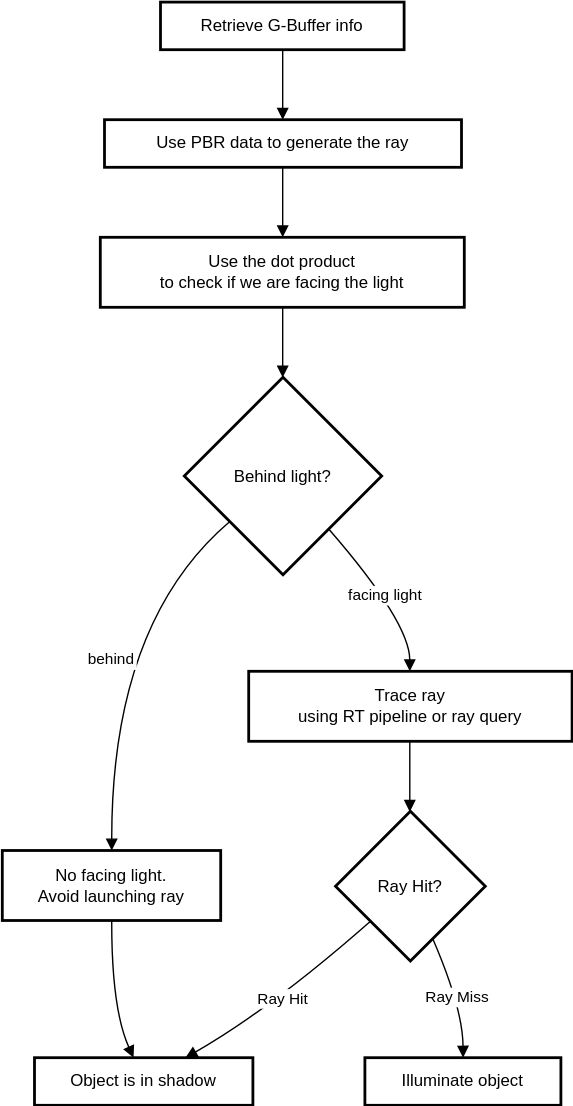
Above: content/learning-paths/smartphones-and-mobile/ray_tracing/images/shadows_algorithm_diagram.drawio.svg in ArmDeveloperEcosystem/arm-learning-paths (draw.io), before the change. Source tidied: cells renumbered, new cells last; positions are measured from the earlier drawing's top-left corner, leaving out a move shared by most shapes. Its diagram source:
```xml
<mxGraphModel>
  <root>
    <mxCell id="0" />
    <mxCell id="1" parent="0" />
    <mxCell id="2" value="Retrieve G-Buffer info" style="whiteSpace=wrap;strokeWidth=2;" parent="1" vertex="1">
      <mxGeometry x="113" width="174" height="34" as="geometry" />
    </mxCell>
    <mxCell id="3" value="Use PBR data to generate the ray" style="whiteSpace=wrap;strokeWidth=2;" parent="1" vertex="1">
      <mxGeometry x="73" y="84" width="255" height="34" as="geometry" />
    </mxCell>
    <mxCell id="4" value="Use the dot product &#10; to check if we are facing the light" style="whiteSpace=wrap;strokeWidth=2;" parent="1" vertex="1">
      <mxGeometry x="70" y="168" width="260" height="50" as="geometry" />
    </mxCell>
    <mxCell id="5" value="Behind light?" style="rhombus;strokeWidth=2;whiteSpace=wrap;" parent="1" vertex="1">
      <mxGeometry x="130" y="268" width="141" height="141" as="geometry" />
    </mxCell>
    <mxCell id="6" value="Trace ray &#10; using RT pipeline or ray query" style="whiteSpace=wrap;strokeWidth=2;" parent="1" vertex="1">
      <mxGeometry x="176" y="478" width="231" height="50" as="geometry" />
    </mxCell>
    <mxCell id="7" value="Ray Hit?" style="rhombus;strokeWidth=2;whiteSpace=wrap;" parent="1" vertex="1">
      <mxGeometry x="238" y="578" width="107" height="107" as="geometry" />
    </mxCell>
    <mxCell id="8" value="Illuminate object" style="whiteSpace=wrap;strokeWidth=2;" parent="1" vertex="1">
      <mxGeometry x="259" y="754" width="140" height="34" as="geometry" />
    </mxCell>
    <mxCell id="9" value="Object is in shadow" style="whiteSpace=wrap;strokeWidth=2;" parent="1" vertex="1">
      <mxGeometry x="23" y="754" width="156" height="34" as="geometry" />
    </mxCell>
    <mxCell id="10" value="No facing light. &#10; Avoid launching ray" style="whiteSpace=wrap;strokeWidth=2;" parent="1" vertex="1">
      <mxGeometry y="606" width="156" height="50" as="geometry" />
    </mxCell>
    <mxCell id="11" style="curved=1;startArrow=none;endArrow=block;exitX=0.5016276041666666;exitY=1;entryX=0.4991498161764706;entryY=0;rounded=0;" parent="1" edge="1" source="2" target="3">
      <mxGeometry relative="1" as="geometry" />
    </mxCell>
    <mxCell id="12" style="curved=1;startArrow=none;endArrow=block;exitX=0.4991498161764706;exitY=1;entryX=0.5010892427884616;entryY=0;rounded=0;" parent="1" edge="1" source="3" target="4">
      <mxGeometry relative="1" as="geometry" />
    </mxCell>
    <mxCell id="13" style="curved=1;startArrow=none;endArrow=block;exitX=0.5010892427884616;exitY=1;entryX=0.4984624335106383;entryY=0;rounded=0;" parent="1" edge="1" source="4" target="5">
      <mxGeometry relative="1" as="geometry" />
    </mxCell>
    <mxCell id="14" value="behind" style="curved=1;startArrow=none;endArrow=block;exitX=-0.001399046985815603;exitY=0.9295704701275517;entryX=0.5010516826923077;entryY=0.007265625;rounded=0;" parent="1" edge="1" source="5" target="10">
      <mxGeometry relative="1" as="geometry">
        <Array as="points">
          <mxPoint x="78" y="443" />
        </Array>
      </mxGeometry>
    </mxCell>
    <mxCell id="15" value="facing light" style="curved=1;startArrow=none;endArrow=block;exitX=0.930724042347023;exitY=0.9997229609929078;entryX=0.4981229707792208;entryY=-0.00078125;rounded=0;" parent="1" edge="1" source="5" target="6">
      <mxGeometry relative="1" as="geometry">
        <Array as="points">
          <mxPoint x="291" y="443" />
        </Array>
      </mxGeometry>
    </mxCell>
    <mxCell id="16" style="curved=1;startArrow=none;endArrow=block;exitX=0.4981229707792208;exitY=0.99921875;entryX=0.4959477219626168;entryY=-0.0003650700934579439;rounded=0;" parent="1" edge="1" source="6" target="7">
      <mxGeometry relative="1" as="geometry" />
    </mxCell>
    <mxCell id="17" style="curved=1;startArrow=none;endArrow=block;exitX=0.5010516826923077;exitY=1.007265625;entryX=0.4528783675239607;entryY=-0.006893382352941176;rounded=0;" parent="1" edge="1" source="10" target="9">
      <mxGeometry relative="1" as="geometry">
        <Array as="points">
          <mxPoint x="78" y="719" />
        </Array>
      </mxGeometry>
    </mxCell>
    <mxCell id="18" value="Ray Miss" style="curved=1;startArrow=none;endArrow=block;exitX=0.7121013489089305;exitY=0.9978095794392523;entryX=0.5009765625;entryY=-0.006893382352941176;rounded=0;" parent="1" edge="1" source="7" target="8">
      <mxGeometry relative="1" as="geometry">
        <Array as="points">
          <mxPoint x="329" y="719" />
        </Array>
      </mxGeometry>
    </mxCell>
    <mxCell id="19" value="Ray Hit" style="curved=1;startArrow=none;endArrow=block;exitX=-0.0031396028037383177;exitY=0.9418456347958916;entryX=0.6938882551888848;entryY=-0.006893382352941176;rounded=0;" parent="1" edge="1" source="7" target="9">
      <mxGeometry relative="1" as="geometry">
        <Array as="points">
          <mxPoint x="192" y="719" />
        </Array>
      </mxGeometry>
    </mxCell>
  </root>
</mxGraphModel>
```
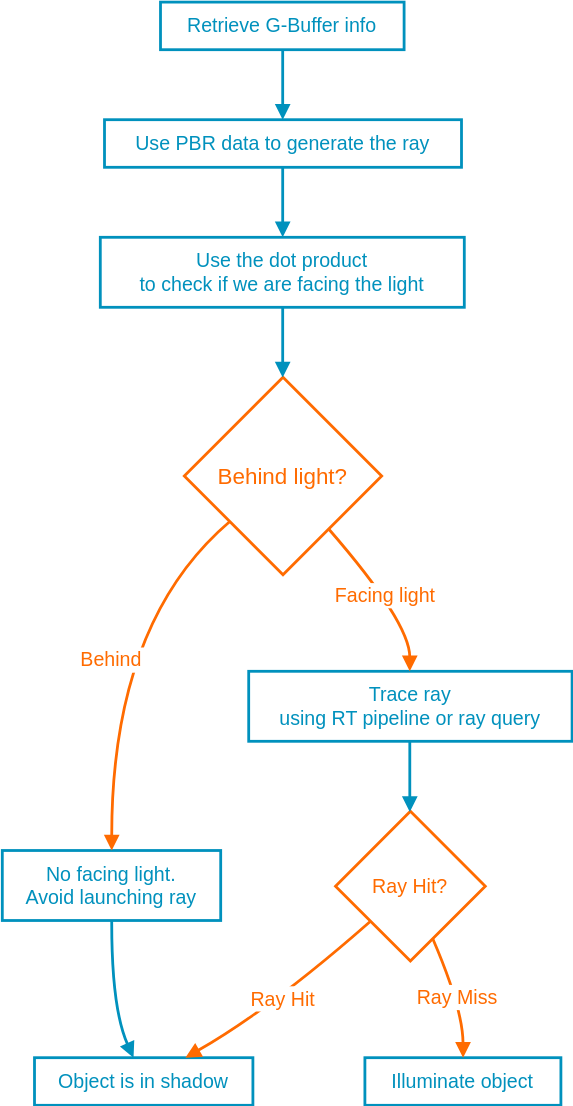
After the change.

Diff of the diagram source:
```diff
@@ -2,74 +2,74 @@
   <root>
     <mxCell id="0" />
     <mxCell id="1" parent="0" />
-    <mxCell id="2" value="Retrieve G-Buffer info" style="whiteSpace=wrap;strokeWidth=2;" parent="1" vertex="1">
+    <mxCell id="2" value="Retrieve G-Buffer info" style="whiteSpace=wrap;strokeWidth=2;fontColor=#0091BD;strokeColor=#0091BD;fillColor=default;fontSize=14;" parent="1" vertex="1">
       <mxGeometry x="113" width="174" height="34" as="geometry" />
     </mxCell>
-    <mxCell id="3" value="Use PBR data to generate the ray" style="whiteSpace=wrap;strokeWidth=2;" parent="1" vertex="1">
+    <mxCell id="3" value="Use PBR data to generate the ray" style="whiteSpace=wrap;strokeWidth=2;fontColor=#0091BD;strokeColor=#0091BD;fillColor=default;fontSize=14;" parent="1" vertex="1">
       <mxGeometry x="73" y="84" width="255" height="34" as="geometry" />
     </mxCell>
-    <mxCell id="4" value="Use the dot product &#10; to check if we are facing the light" style="whiteSpace=wrap;strokeWidth=2;" parent="1" vertex="1">
+    <mxCell id="4" value="Use the dot product &#10; to check if we are facing the light" style="whiteSpace=wrap;strokeWidth=2;fontColor=#0091BD;strokeColor=#0091BD;fillColor=default;fontSize=14;" parent="1" vertex="1">
       <mxGeometry x="70" y="168" width="260" height="50" as="geometry" />
     </mxCell>
-    <mxCell id="5" value="Behind light?" style="rhombus;strokeWidth=2;whiteSpace=wrap;" parent="1" vertex="1">
+    <mxCell id="5" value="Behind light?" style="rhombus;strokeWidth=2;whiteSpace=wrap;fontColor=#FF6B00;strokeColor=#FF6B00;fillColor=default;fontSize=16;" parent="1" vertex="1">
       <mxGeometry x="130" y="268" width="141" height="141" as="geometry" />
     </mxCell>
-    <mxCell id="6" value="Trace ray &#10; using RT pipeline or ray query" style="whiteSpace=wrap;strokeWidth=2;" parent="1" vertex="1">
+    <mxCell id="6" value="Trace ray &#10; using RT pipeline or ray query" style="whiteSpace=wrap;strokeWidth=2;fontColor=#0091BD;strokeColor=#0091BD;fillColor=default;fontSize=14;" parent="1" vertex="1">
       <mxGeometry x="176" y="478" width="231" height="50" as="geometry" />
     </mxCell>
-    <mxCell id="7" value="Ray Hit?" style="rhombus;strokeWidth=2;whiteSpace=wrap;" parent="1" vertex="1">
+    <mxCell id="7" value="Ray Hit?" style="rhombus;strokeWidth=2;whiteSpace=wrap;fontColor=#FF6B00;strokeColor=#FF6B00;fillColor=default;fontSize=14;" parent="1" vertex="1">
       <mxGeometry x="238" y="578" width="107" height="107" as="geometry" />
     </mxCell>
-    <mxCell id="8" value="Illuminate object" style="whiteSpace=wrap;strokeWidth=2;" parent="1" vertex="1">
+    <mxCell id="8" value="Illuminate object" style="whiteSpace=wrap;strokeWidth=2;fontColor=#0091BD;strokeColor=#0091BD;fillColor=default;fontSize=14;" parent="1" vertex="1">
       <mxGeometry x="259" y="754" width="140" height="34" as="geometry" />
     </mxCell>
-    <mxCell id="9" value="Object is in shadow" style="whiteSpace=wrap;strokeWidth=2;" parent="1" vertex="1">
+    <mxCell id="9" value="Object is in shadow" style="whiteSpace=wrap;strokeWidth=2;fontColor=#0091BD;strokeColor=#0091BD;fillColor=default;fontSize=14;" parent="1" vertex="1">
       <mxGeometry x="23" y="754" width="156" height="34" as="geometry" />
     </mxCell>
-    <mxCell id="10" value="No facing light. &#10; Avoid launching ray" style="whiteSpace=wrap;strokeWidth=2;" parent="1" vertex="1">
+    <mxCell id="10" value="No facing light. &#10; Avoid launching ray" style="whiteSpace=wrap;strokeWidth=2;fontColor=#0091BD;strokeColor=#0091BD;fillColor=default;fontSize=14;" parent="1" vertex="1">
       <mxGeometry y="606" width="156" height="50" as="geometry" />
     </mxCell>
-    <mxCell id="11" style="curved=1;startArrow=none;endArrow=block;exitX=0.5016276041666666;exitY=1;entryX=0.4991498161764706;entryY=0;rounded=0;" parent="1" edge="1" source="2" target="3">
+    <mxCell id="11" style="curved=1;startArrow=none;endArrow=block;exitX=0.5016276041666666;exitY=1;entryX=0.4991498161764706;entryY=0;rounded=0;fontColor=#0091BD;strokeColor=#0091BD;strokeWidth=2;" parent="1" edge="1" source="2" target="3">
       <mxGeometry relative="1" as="geometry" />
     </mxCell>
-    <mxCell id="12" style="curved=1;startArrow=none;endArrow=block;exitX=0.4991498161764706;exitY=1;entryX=0.5010892427884616;entryY=0;rounded=0;" parent="1" edge="1" source="3" target="4">
+    <mxCell id="12" style="curved=1;startArrow=none;endArrow=block;exitX=0.4991498161764706;exitY=1;entryX=0.5010892427884616;entryY=0;rounded=0;fontColor=#0091BD;strokeColor=#0091BD;strokeWidth=2;" parent="1" edge="1" source="3" target="4">
       <mxGeometry relative="1" as="geometry" />
     </mxCell>
-    <mxCell id="13" style="curved=1;startArrow=none;endArrow=block;exitX=0.5010892427884616;exitY=1;entryX=0.4984624335106383;entryY=0;rounded=0;" parent="1" edge="1" source="4" target="5">
+    <mxCell id="13" style="curved=1;startArrow=none;endArrow=block;exitX=0.5010892427884616;exitY=1;entryX=0.4984624335106383;entryY=0;rounded=0;fontColor=#0091BD;strokeColor=#0091BD;strokeWidth=2;" parent="1" edge="1" source="4" target="5">
       <mxGeometry relative="1" as="geometry" />
     </mxCell>
-    <mxCell id="14" value="behind" style="curved=1;startArrow=none;endArrow=block;exitX=-0.001399046985815603;exitY=0.9295704701275517;entryX=0.5010516826923077;entryY=0.007265625;rounded=0;" parent="1" edge="1" source="5" target="10">
+    <mxCell id="14" value="Behind" style="curved=1;startArrow=none;endArrow=block;exitX=-0.001399046985815603;exitY=0.9295704701275517;entryX=0.5010516826923077;entryY=0.007265625;rounded=0;fontColor=#FF6B00;strokeColor=#FF6B00;strokeWidth=2;fontSize=14;" parent="1" edge="1" source="5" target="10">
       <mxGeometry relative="1" as="geometry">
         <Array as="points">
           <mxPoint x="78" y="443" />
         </Array>
       </mxGeometry>
     </mxCell>
-    <mxCell id="15" value="facing light" style="curved=1;startArrow=none;endArrow=block;exitX=0.930724042347023;exitY=0.9997229609929078;entryX=0.4981229707792208;entryY=-0.00078125;rounded=0;" parent="1" edge="1" source="5" target="6">
+    <mxCell id="15" value="Facing light" style="curved=1;startArrow=none;endArrow=block;exitX=0.930724042347023;exitY=0.9997229609929078;entryX=0.4981229707792208;entryY=-0.00078125;rounded=0;fontColor=#FF6B00;strokeColor=#FF6B00;strokeWidth=2;fontSize=14;" parent="1" edge="1" source="5" target="6">
       <mxGeometry relative="1" as="geometry">
         <Array as="points">
           <mxPoint x="291" y="443" />
         </Array>
       </mxGeometry>
     </mxCell>
-    <mxCell id="16" style="curved=1;startArrow=none;endArrow=block;exitX=0.4981229707792208;exitY=0.99921875;entryX=0.4959477219626168;entryY=-0.0003650700934579439;rounded=0;" parent="1" edge="1" source="6" target="7">
+    <mxCell id="16" style="curved=1;startArrow=none;endArrow=block;exitX=0.4981229707792208;exitY=0.99921875;entryX=0.4959477219626168;entryY=-0.0003650700934579439;rounded=0;fontColor=#0091BD;strokeColor=#0091BD;strokeWidth=2;" parent="1" edge="1" source="6" target="7">
       <mxGeometry relative="1" as="geometry" />
     </mxCell>
-    <mxCell id="17" style="curved=1;startArrow=none;endArrow=block;exitX=0.5010516826923077;exitY=1.007265625;entryX=0.4528783675239607;entryY=-0.006893382352941176;rounded=0;" parent="1" edge="1" source="10" target="9">
+    <mxCell id="17" style="curved=1;startArrow=none;endArrow=block;exitX=0.5010516826923077;exitY=1.007265625;entryX=0.4528783675239607;entryY=-0.006893382352941176;rounded=0;fontColor=#0091BD;strokeColor=#0091BD;strokeWidth=2;" parent="1" edge="1" source="10" target="9">
       <mxGeometry relative="1" as="geometry">
         <Array as="points">
           <mxPoint x="78" y="719" />
         </Array>
       </mxGeometry>
     </mxCell>
-    <mxCell id="18" value="Ray Miss" style="curved=1;startArrow=none;endArrow=block;exitX=0.7121013489089305;exitY=0.9978095794392523;entryX=0.5009765625;entryY=-0.006893382352941176;rounded=0;" parent="1" edge="1" source="7" target="8">
+    <mxCell id="18" value="Ray Miss" style="curved=1;startArrow=none;endArrow=block;exitX=0.7121013489089305;exitY=0.9978095794392523;entryX=0.5009765625;entryY=-0.006893382352941176;rounded=0;fontColor=#FF6B00;strokeColor=#FF6B00;strokeWidth=2;fontSize=14;" parent="1" edge="1" source="7" target="8">
       <mxGeometry relative="1" as="geometry">
         <Array as="points">
           <mxPoint x="329" y="719" />
         </Array>
       </mxGeometry>
     </mxCell>
-    <mxCell id="19" value="Ray Hit" style="curved=1;startArrow=none;endArrow=block;exitX=-0.0031396028037383177;exitY=0.9418456347958916;entryX=0.6938882551888848;entryY=-0.006893382352941176;rounded=0;" parent="1" edge="1" source="7" target="9">
+    <mxCell id="19" value="Ray Hit" style="curved=1;startArrow=none;endArrow=block;exitX=-0.0031396028037383177;exitY=0.9418456347958916;entryX=0.6938882551888848;entryY=-0.006893382352941176;rounded=0;fontColor=#FF6B00;strokeColor=#FF6B00;strokeWidth=2;fontSize=14;" parent="1" edge="1" source="7" target="9">
       <mxGeometry relative="1" as="geometry">
         <Array as="points">
           <mxPoint x="192" y="719" />
```
